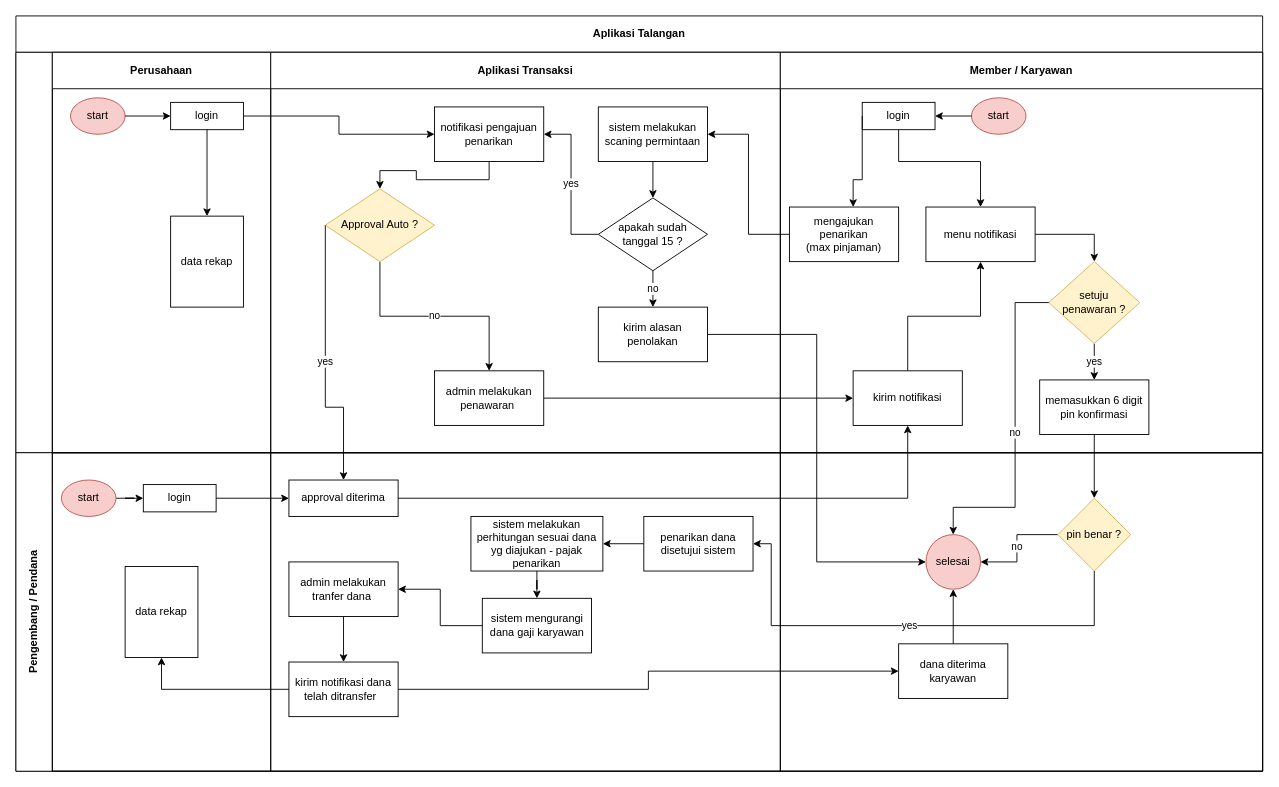
Before: page "Page-1" (1 of 3) of Transaksi Aplikasi Diagram.drawio in taufik22/LARAVEL-AIRPUTIH, a draw.io diagram. Source tidied: cells renumbered, new cells numbered last; positions are measured from the earlier drawing's top-left corner, leaving out a move shared by most shapes. Both pictures are drawn from the tidied source at 91%, with x=0, y=0 at pixel (15, 15).
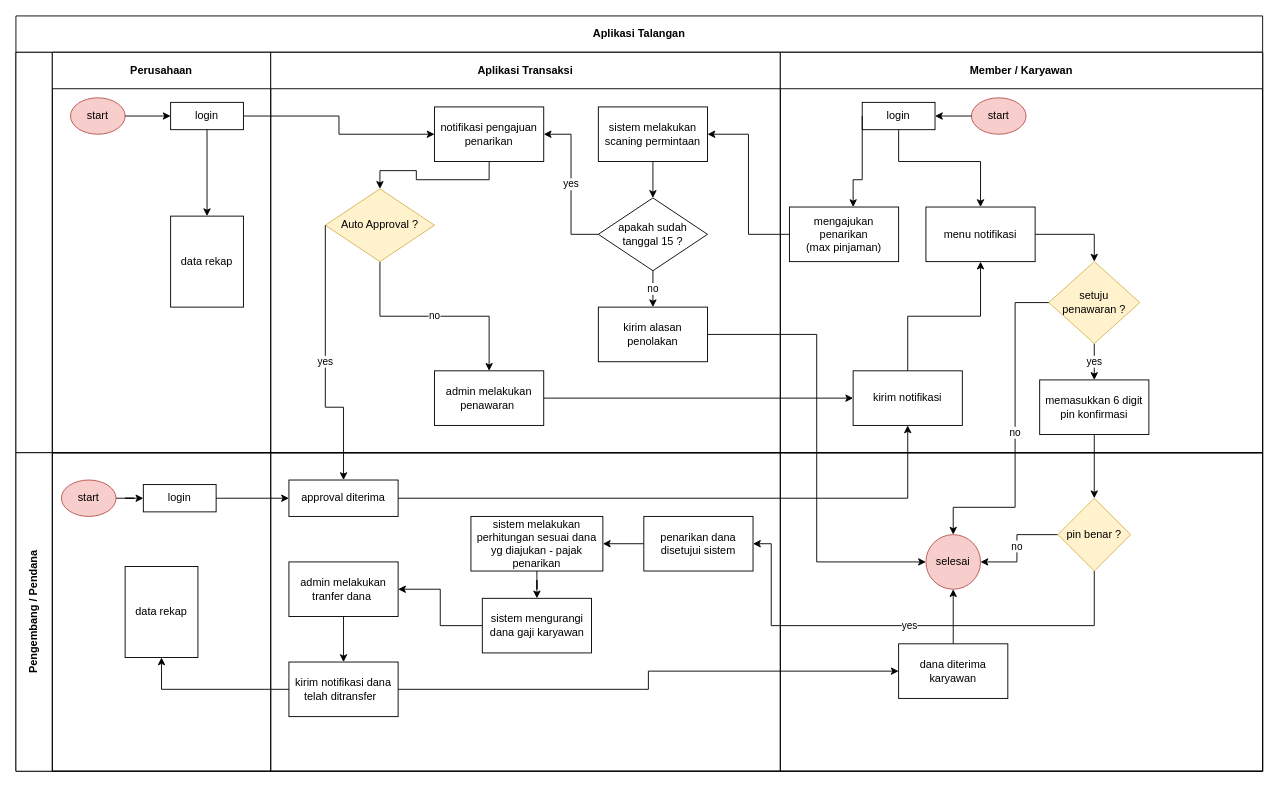
The same diagram, later.

The change refers to these unchanged cells:
```xml
<mxCell id="10" value="Aplikasi Transaksi" style="swimlane;startSize=40;html=1;whiteSpace=wrap;" parent="3" vertex="1">
  <mxGeometry x="280" width="560" height="440" as="geometry" />
</mxCell>
```

The edit, as a diff of the source:
```diff
@@
-    <mxCell id="19" value="Approval Auto ?" style="rhombus;whiteSpace=wrap;html=1;fillColor=#fff2cc;strokeColor=#d6b656;" parent="10" vertex="1">
+    <mxCell id="19" value="Auto Approval ?" style="rhombus;whiteSpace=wrap;html=1;fillColor=#fff2cc;strokeColor=#d6b656;" parent="10" vertex="1">
       <mxGeometry x="60" y="150" width="120" height="80" as="geometry" />
     </mxCell>
```
